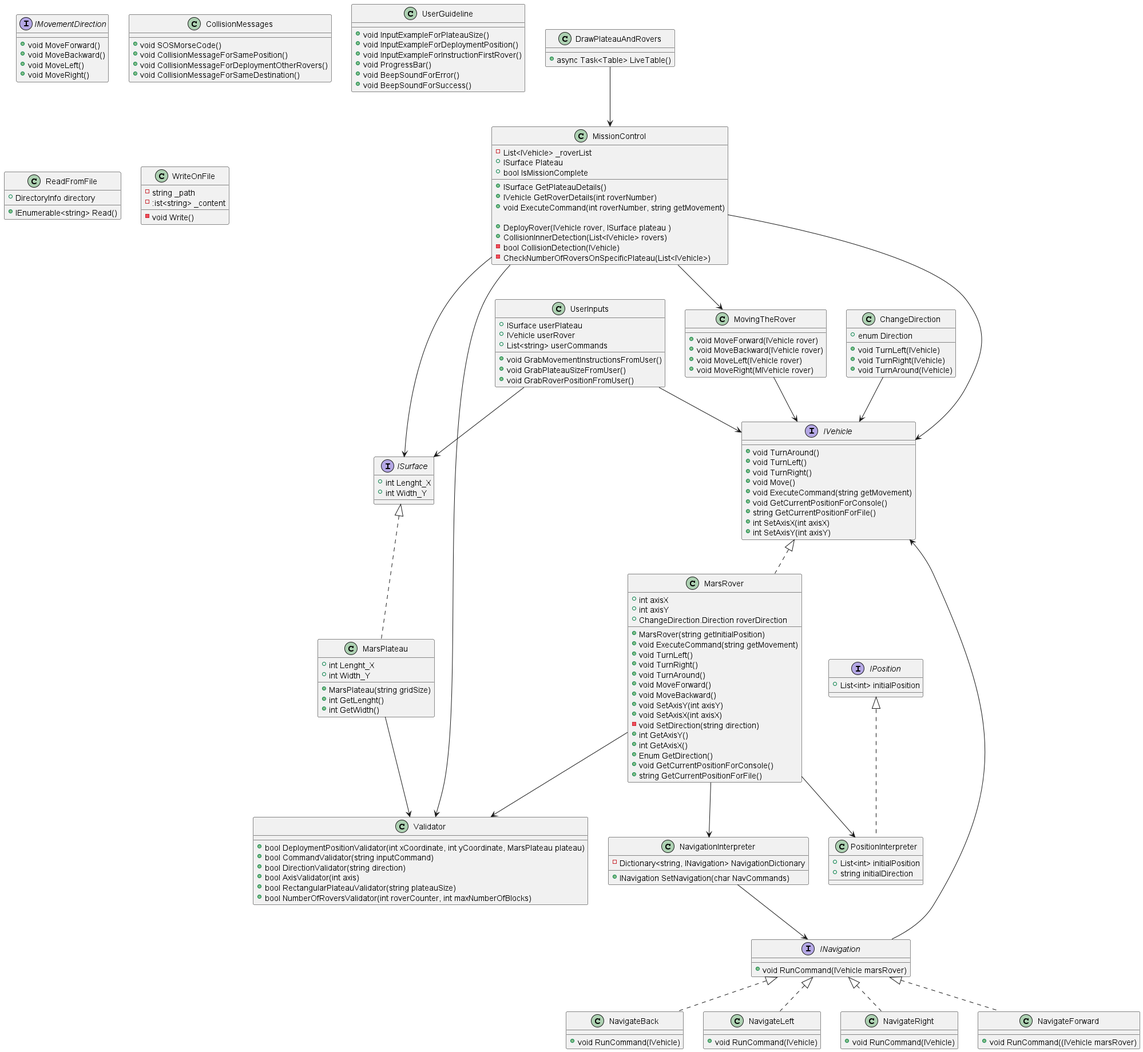
The PlantUML diagram Mars-Rover-Project/UML-Diagram/MarsRover_Kata_UML.png in vahidkianfar/Mars-Rover-Project, before a commit.
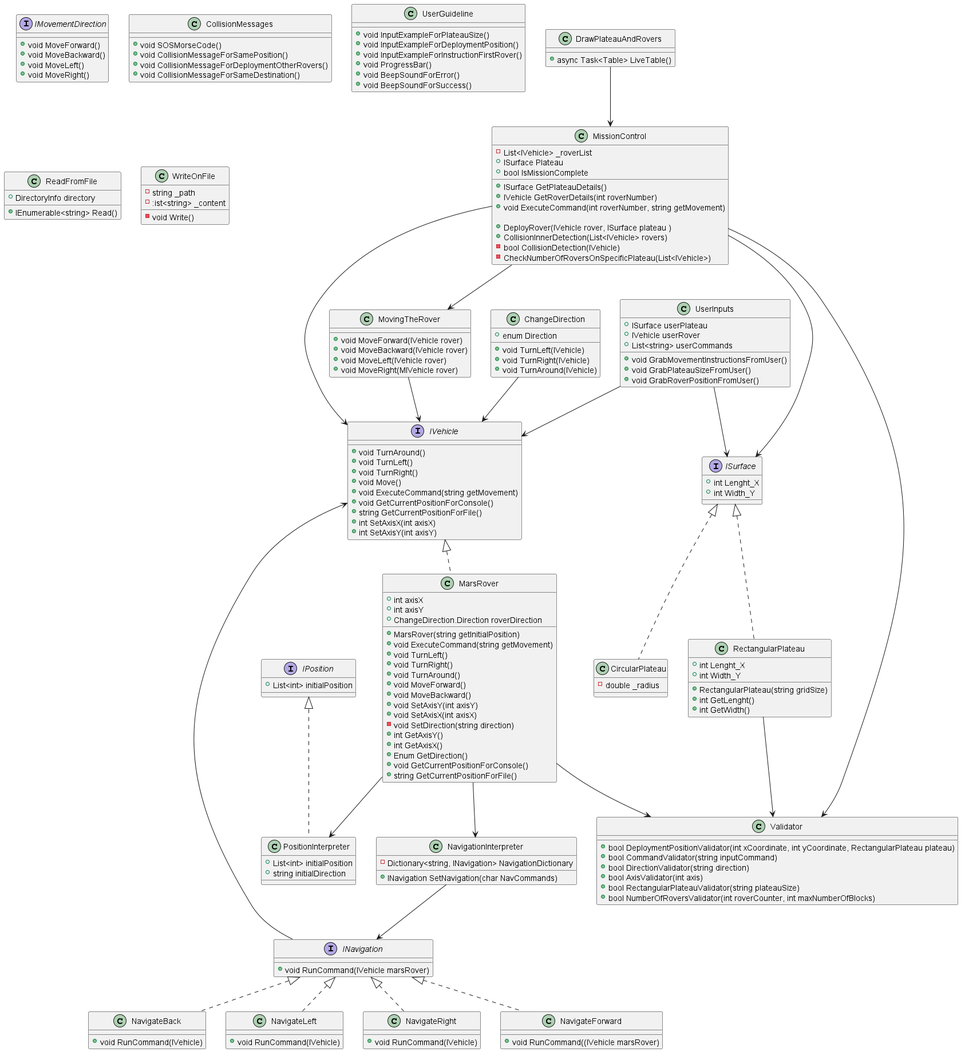
Later version of the same file.

Change to the diagram source:
```diff
@@ -76,13 +76,17 @@
 - CheckNumberOfRoversOnSpecificPlateau(List<IVehicle>)
 
 }
-class MarsPlateau implements ISurface
+class RectangularPlateau implements ISurface
 {
 + int Lenght_X
 + int Width_Y
-+ MarsPlateau(string gridSize)
++ RectangularPlateau(string gridSize)
 + int GetLenght()
 + int GetWidth()
+}
+class CircularPlateau implements ISurface
+{
+- double _radius
 }
 class NavigateBack implements INavigation
 {
@@ -129,7 +133,7 @@
 }
 class Validator
 {
-+ bool DeploymentPositionValidator(int xCoordinate, int yCoordinate, MarsPlateau plateau)
++ bool DeploymentPositionValidator(int xCoordinate, int yCoordinate, RectangularPlateau plateau)
 + bool CommandValidator(string inputCommand)
 + bool DirectionValidator(string direction)
 + bool AxisValidator(int axis)
@@ -190,7 +194,7 @@
 
 NavigationInterpreter --> INavigation
 
-MarsPlateau --> Validator
+RectangularPlateau --> Validator
 
 MissionControl --> IVehicle
 MissionControl --> ISurface
```
